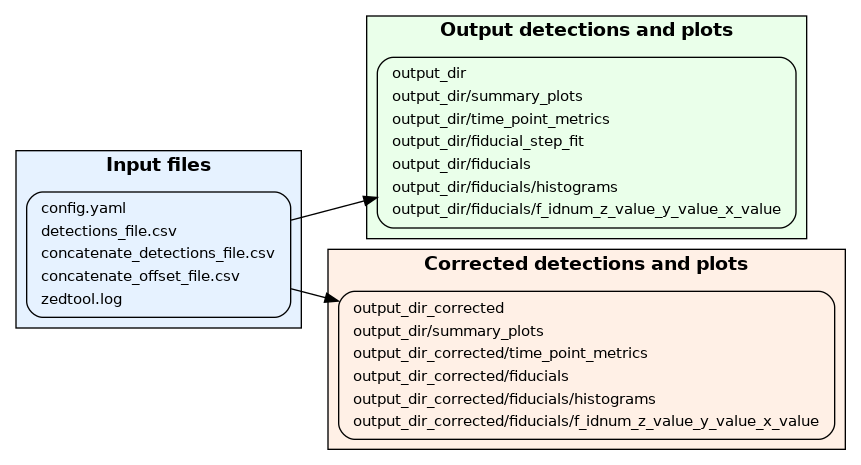
The Graphviz diagram docs/source/images/files.png in 3DGenomes/zedtool, before a commit. Its source is kept beside it as docs/source/images/files.dot. Source of this version:
```dot
digraph zedtool_flow {
    rankdir=LR;
    fontsize=12;
    fontname="Helvetica";

    node [shape=box, style="rounded,filled", fontname="Helvetica", fontsize=11];

    subgraph cluster_inputs {
        label = "Input files";
        fontsize=14;
        fontname="Helvetica-Bold";
        style=filled;
        color=black;
        fillcolor="#e6f2ff"; // pale blue

        inputs [label=<
            <TABLE BORDER="0" CELLBORDER="0" CELLSPACING="1">
                <TR><TD ALIGN="LEFT">config.yaml</TD></TR>
                <TR><TD ALIGN="LEFT">detections_file.csv</TD></TR>
                <TR><TD ALIGN="LEFT">concatenate_detections_file.csv</TD></TR>
                <TR><TD ALIGN="LEFT">concatenate_offset_file.csv</TD></TR>
                <TR><TD ALIGN="LEFT">zedtool.log</TD></TR>
            </TABLE>
        >, shape=box, style=rounded, fillcolor=white];
    }

    subgraph cluster_output {
        label = "Output detections and plots";
        fontsize=14;
        fontname="Helvetica-Bold";
        style=filled;
        color=black;
        fillcolor="#eaffea"; // pale green

        outputs [label=<
            <TABLE BORDER="0" CELLBORDER="0" CELLSPACING="1">
                <TR><TD ALIGN="LEFT">output_dir</TD></TR>
                <TR><TD ALIGN="LEFT">output_dir/summary_plots</TD></TR>
                <TR><TD ALIGN="LEFT">output_dir/time_point_metrics</TD></TR>
                <TR><TD ALIGN="LEFT">output_dir/fiducial_step_fit</TD></TR>
                <TR><TD ALIGN="LEFT">output_dir/fiducials</TD></TR>
                <TR><TD ALIGN="LEFT">output_dir/fiducials/histograms</TD></TR>
                <TR><TD ALIGN="LEFT">output_dir/fiducials/f_idnum_z_value_y_value_x_value</TD></TR>
            </TABLE>
        >, shape=box, style=rounded, fillcolor=white];
    }

    subgraph cluster_corrected {
        label = "Corrected detections and plots";
        fontsize=14;
        fontname="Helvetica-Bold";
        style=filled;
        color=black;
        fillcolor="#fff0e6"; // pale orange

        corrected [label=<
            <TABLE BORDER="0" CELLBORDER="0" CELLSPACING="1">
                <TR><TD ALIGN="LEFT">output_dir_corrected</TD></TR>
                <TR><TD ALIGN="LEFT">output_dir/summary_plots</TD></TR>
                <TR><TD ALIGN="LEFT">output_dir_corrected/time_point_metrics</TD></TR>
                <TR><TD ALIGN="LEFT">output_dir_corrected/fiducials</TD></TR>
                <TR><TD ALIGN="LEFT">output_dir_corrected/fiducials/histograms</TD></TR>
                <TR><TD ALIGN="LEFT">output_dir_corrected/fiducials/f_idnum_z_value_y_value_x_value</TD></TR>
            </TABLE>
        >, shape=box, style=rounded, fillcolor=white];
    }

    inputs -> outputs;
    inputs -> corrected;
}
```
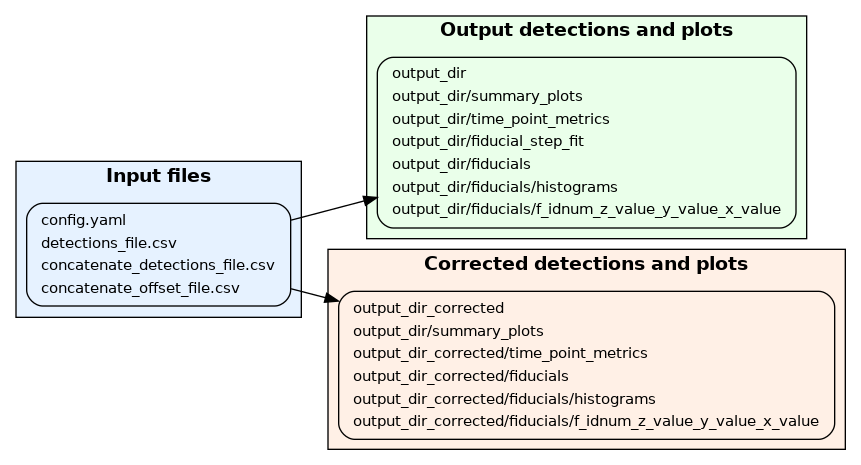
The same diagram one commit later.

Diff of the diagram source:
```diff
@@ -1,4 +1,4 @@
-digraph zedtool_flow {
+digraph zedtool_files {
     rankdir=LR;
     fontsize=12;
     fontname="Helvetica";
@@ -19,7 +19,6 @@
                 <TR><TD ALIGN="LEFT">detections_file.csv</TD></TR>
                 <TR><TD ALIGN="LEFT">concatenate_detections_file.csv</TD></TR>
                 <TR><TD ALIGN="LEFT">concatenate_offset_file.csv</TD></TR>
-                <TR><TD ALIGN="LEFT">zedtool.log</TD></TR>
             </TABLE>
         >, shape=box, style=rounded, fillcolor=white];
     }
```
